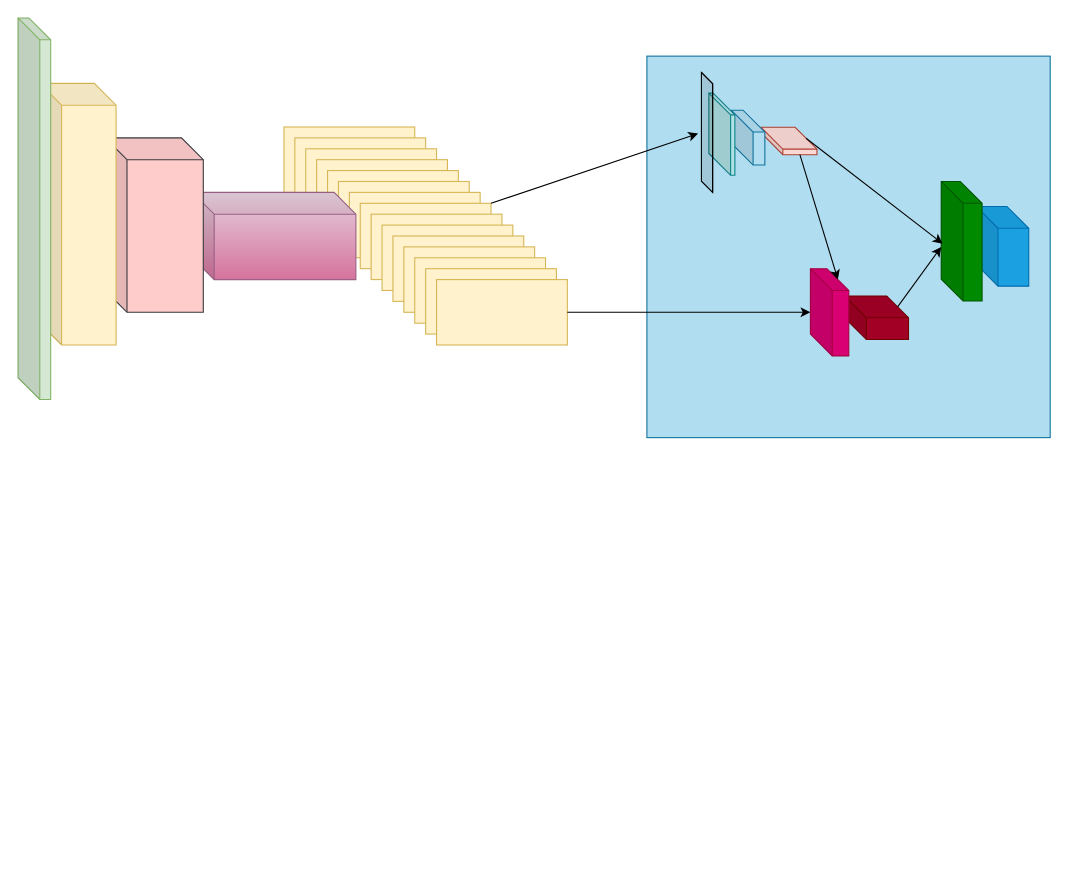
The draw.io diagram 未命名绘图.drawio in iamaloseri/chengfei3, before the edit. Source tidied: cells renumbered, new cells numbered last; positions are measured from the earlier drawing's top-left corner, leaving out a move shared by most shapes. Both pictures are drawn from the tidied source at 109%, with x=0, y=0 at pixel (17, 17).
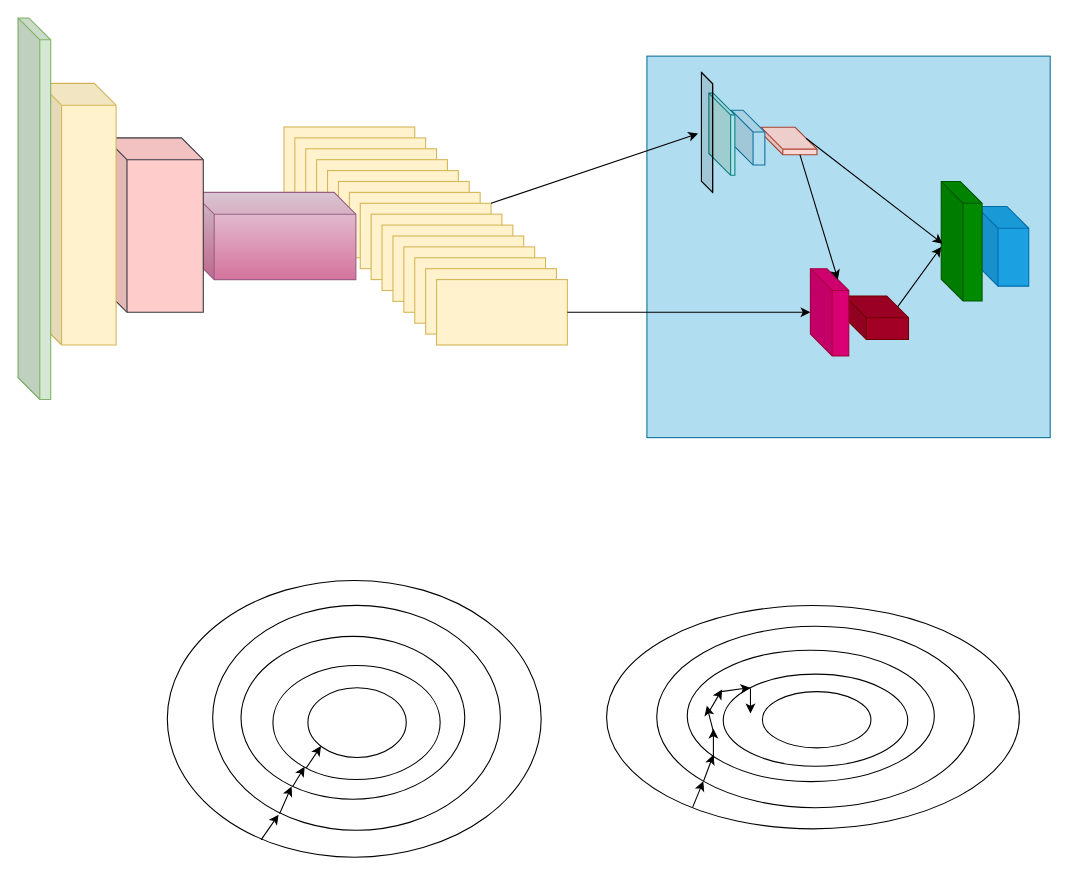
The same diagram, later.

Change to the diagram source:
```diff
@@
+    <mxCell id="39" style="ellipse;whiteSpace=wrap;html=1;" parent="1" vertex="1">
+      <mxGeometry x="137" y="516" width="343" height="254" as="geometry" />
+    </mxCell>
+    <mxCell id="40" style="ellipse;whiteSpace=wrap;html=1;" parent="1" vertex="1">
+      <mxGeometry x="178.6" y="538.9" width="264" height="206.3" as="geometry" />
+    </mxCell>
+    <mxCell id="41" style="ellipse;whiteSpace=wrap;html=1;" parent="1" vertex="1">
+      <mxGeometry x="204.6" y="567.3" width="205.3" height="149.5" as="geometry" />
+    </mxCell>
+    <mxCell id="42" style="ellipse;whiteSpace=wrap;html=1;" parent="1" vertex="1">
+      <mxGeometry x="233.9" y="594" width="153.4" height="104.7" as="geometry" />
+    </mxCell>
+    <mxCell id="43" style="endArrow=classic;html=1;rounded=0;entryX=0.229;entryY=0.931;entryDx=0;entryDy=0;entryPerimeter=0;" parent="1" edge="1" target="40">
+      <mxGeometry relative="1" as="geometry">
+        <mxPoint x="223" y="754" as="sourcePoint" />
+      </mxGeometry>
+    </mxCell>
+    <mxCell id="44" style="endArrow=classic;html=1;rounded=0;" parent="1" edge="1">
+      <mxGeometry relative="1" as="geometry">
+        <mxPoint x="240" y="730" as="sourcePoint" />
+        <mxPoint x="251" y="705" as="targetPoint" />
+      </mxGeometry>
+    </mxCell>
+    <mxCell id="45" style="endArrow=classic;html=1;rounded=0;" parent="1" edge="1">
+      <mxGeometry relative="1" as="geometry">
+        <mxPoint x="252" y="705" as="sourcePoint" />
+        <mxPoint x="263" y="687" as="targetPoint" />
+      </mxGeometry>
+    </mxCell>
+    <mxCell id="46" style="ellipse;whiteSpace=wrap;html=1;" parent="1" vertex="1">
+      <mxGeometry x="266" y="614.4" width="90.2" height="64" as="geometry" />
+    </mxCell>
+    <mxCell id="47" style="endArrow=classic;html=1;rounded=0;" parent="1" edge="1">
+      <mxGeometry relative="1" as="geometry">
+        <mxPoint x="264.5" y="688" as="sourcePoint" />
+        <mxPoint x="278" y="668" as="targetPoint" />
+      </mxGeometry>
+    </mxCell>
+    <mxCell id="48" style="group;rotation=90;" parent="1" vertex="1">
+      <mxGeometry x="627" y="452" width="204.9" height="378.7" as="geometry" />
+    </mxCell>
+    <mxCell id="49" style="ellipse;whiteSpace=wrap;html=1;rotation=0;" parent="48" vertex="1">
+      <mxGeometry x="-87" y="87" width="378.7" height="204.9" as="geometry" />
+    </mxCell>
+    <mxCell id="50" style="ellipse;whiteSpace=wrap;html=1;rotation=0;" parent="48" vertex="1">
+      <mxGeometry x="-41" y="106" width="291.4" height="166.5" as="geometry" />
+    </mxCell>
+    <mxCell id="51" style="ellipse;whiteSpace=wrap;html=1;rotation=0;" parent="48" vertex="1">
+      <mxGeometry x="-13" y="128" width="226.7" height="120.6" as="geometry" />
+    </mxCell>
+    <mxCell id="52" style="ellipse;whiteSpace=wrap;html=1;rotation=0;" parent="48" vertex="1">
+      <mxGeometry x="20" y="150" width="169.3" height="84.5" as="geometry" />
+    </mxCell>
+    <mxCell id="53" style="endArrow=classic;html=1;rounded=0;entryX=0;entryY=1;entryDx=0;entryDy=0;" parent="48" edge="1" target="50">
+      <mxGeometry relative="1" as="geometry">
+        <mxPoint x="-8" y="272" as="sourcePoint" />
+      </mxGeometry>
+    </mxCell>
+    <mxCell id="54" style="ellipse;whiteSpace=wrap;html=1;rotation=0;" parent="48" vertex="1">
+      <mxGeometry x="56" y="166" width="99.5" height="51.6" as="geometry" />
+    </mxCell>
+    <mxCell id="55" style="endArrow=classic;html=1;rounded=0;entryX=0;entryY=1;entryDx=0;entryDy=0;" parent="48" edge="1">
+      <mxGeometry relative="1" as="geometry">
+        <mxPoint x="2" y="248" as="sourcePoint" />
+        <mxPoint x="11" y="224" as="targetPoint" />
+      </mxGeometry>
+    </mxCell>
+    <mxCell id="56" style="endArrow=classic;html=1;rounded=0;" parent="48" edge="1">
+      <mxGeometry relative="1" as="geometry">
+        <mxPoint x="11" y="229" as="sourcePoint" />
+        <mxPoint x="11" y="200" as="targetPoint" />
+      </mxGeometry>
+    </mxCell>
+    <mxCell id="57" style="endArrow=classic;html=1;rounded=0;" parent="48" edge="1">
+      <mxGeometry relative="1" as="geometry">
+        <mxPoint x="11" y="203" as="sourcePoint" />
+        <mxPoint x="5" y="179" as="targetPoint" />
+      </mxGeometry>
+    </mxCell>
+    <mxCell id="58" style="endArrow=classic;html=1;rounded=0;" parent="48" edge="1">
+      <mxGeometry relative="1" as="geometry">
+        <mxPoint x="6" y="186" as="sourcePoint" />
+        <mxPoint x="19" y="164" as="targetPoint" />
+      </mxGeometry>
+    </mxCell>
+    <mxCell id="59" style="endArrow=classic;html=1;rounded=0;entryX=0;entryY=0;entryDx=0;entryDy=0;" parent="48" edge="1" target="52">
+      <mxGeometry relative="1" as="geometry">
+        <mxPoint x="18" y="166" as="sourcePoint" />
+      </mxGeometry>
+    </mxCell>
+    <mxCell id="60" style="endArrow=classic;html=1;rounded=0;" parent="48" edge="1">
+      <mxGeometry relative="1" as="geometry">
+        <mxPoint x="45" y="163" as="sourcePoint" />
+        <mxPoint x="45" y="186" as="targetPoint" />
+      </mxGeometry>
+    </mxCell>
```
